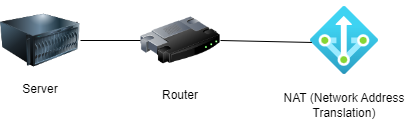
This is local-network-connected-to-a-router.drawio.png from coderTechJordan/Networking, a draw.io export, as it was before one commit. Source tidied: cells renumbered, new cells last; positions are measured from the earlier drawing's top-left corner, leaving out a move shared by most shapes.
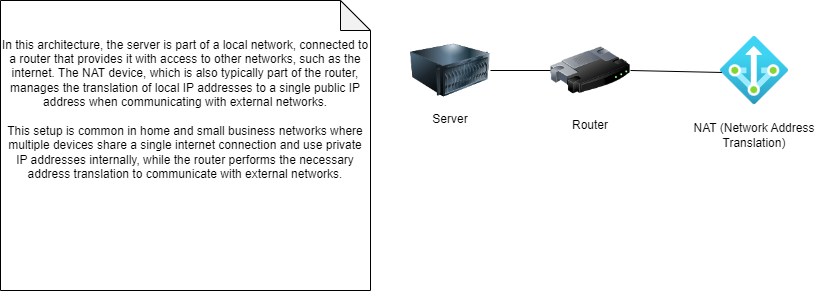
Above is the later version.

Change to the diagram source:
```diff
@@ -26,5 +26,8 @@
     <mxCell id="9" style="endArrow=none;html=1;rounded=0;exitX=1;exitY=0.5;exitDx=0;exitDy=0;entryX=0.02;entryY=0.529;entryDx=0;entryDy=0;entryPerimeter=0;" parent="1" edge="1" source="3" target="4">
       <mxGeometry relative="1" as="geometry" />
     </mxCell>
+    <mxCell id="10" value="&lt;div&gt;In this architecture, the server is part of a local network, connected to a router that provides it with access to other networks, such as the internet. The NAT device, which is also typically part of the router, manages the translation of local IP addresses to a single public IP address when communicating with external networks.&lt;/div&gt;&lt;div&gt;&lt;br&gt;&lt;/div&gt;&lt;div&gt;This setup is common in home and small business networks where multiple devices share a single internet connection and use private IP addresses internally, while the router performs the necessary address translation to communicate with external networks.&lt;/div&gt;&lt;div&gt;&lt;br&gt;&lt;/div&gt;&lt;div&gt;&lt;br&gt;&lt;/div&gt;&lt;div&gt;&lt;br&gt;&lt;/div&gt;&lt;div&gt;&lt;br&gt;&lt;/div&gt;&lt;div&gt;&lt;br&gt;&lt;/div&gt;" style="shape=note;whiteSpace=wrap;html=1;backgroundOutline=1;darkOpacity=0.05;" parent="1" vertex="1">
+      <mxGeometry x="-410" y="-30" width="370" height="290" as="geometry" />
+    </mxCell>
   </root>
 </mxGraphModel>
```
